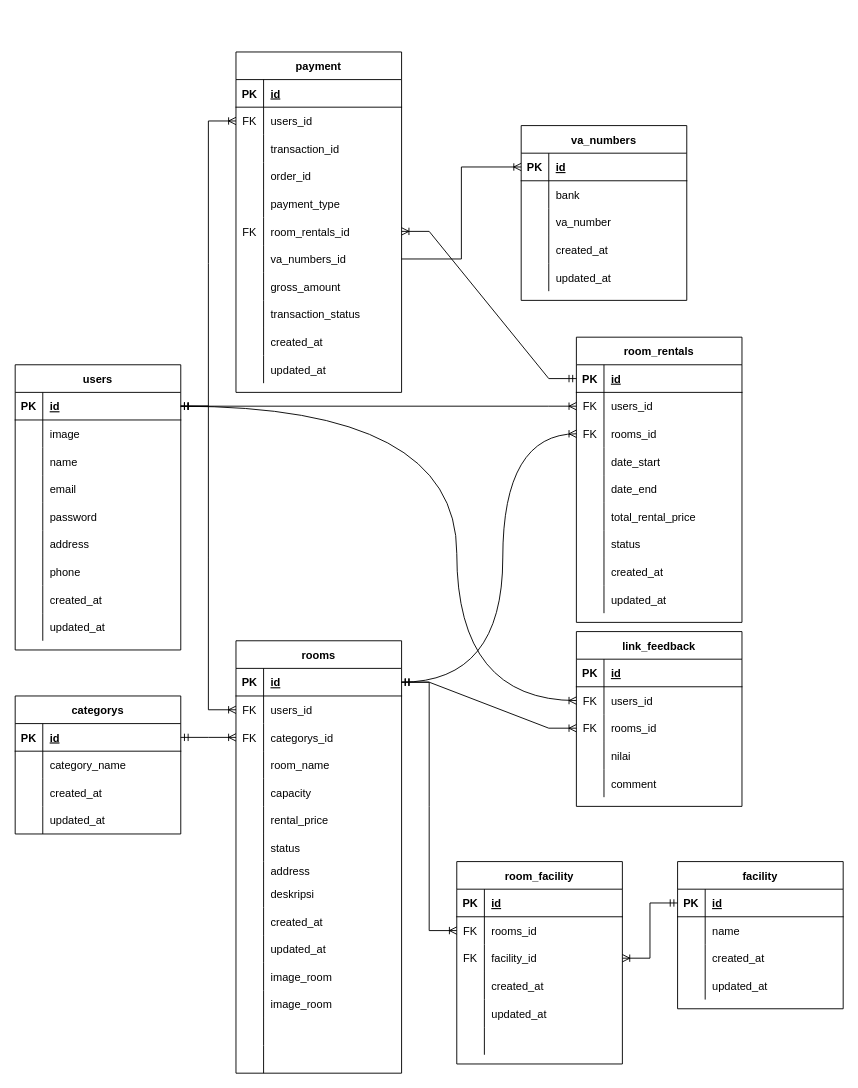
This is erd/ERD-MNroom.drawio from Capstone-MNRoom/Capstone-MNRoom-BE, a draw.io file, before an edit. Source tidied: cells renumbered, new cells numbered last; positions are measured from the earlier drawing's top-left corner, leaving out a move shared by most shapes. Both pictures are drawn from the tidied source at 92%, with x=0, y=0 at pixel (15, 52).
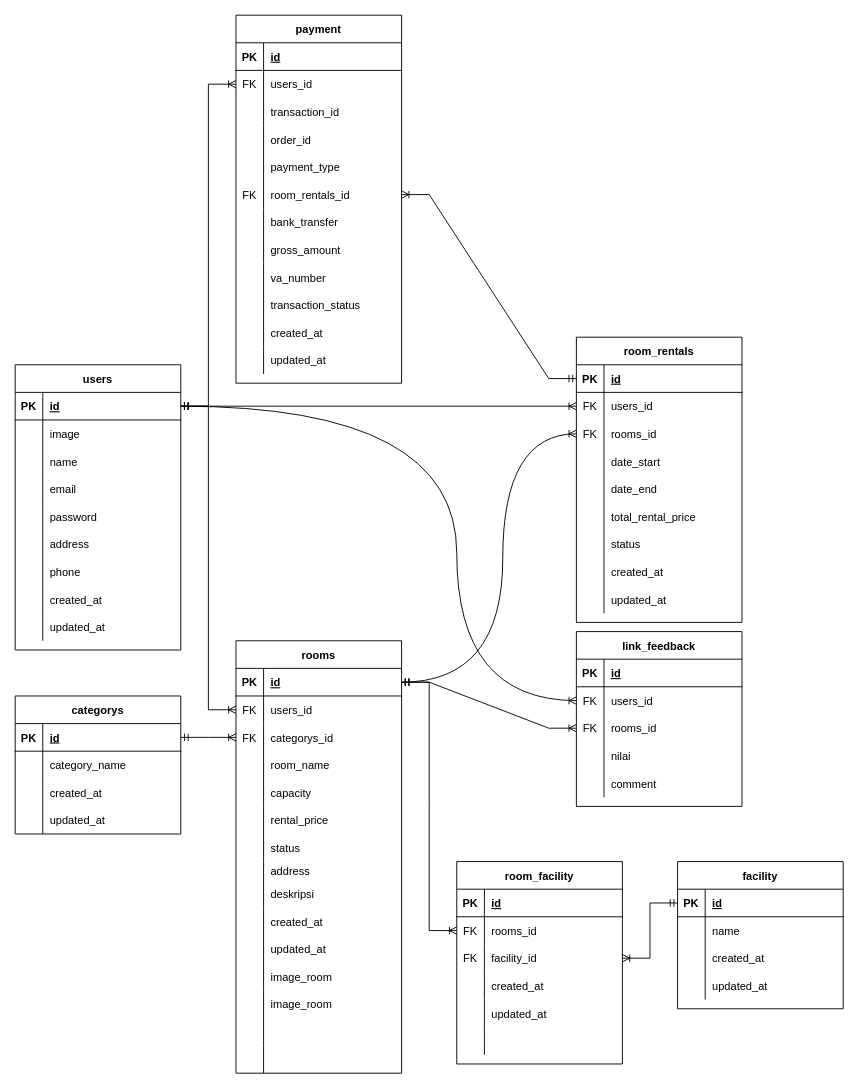
After the change.

Unchanged cells that the change refers to:
```xml
<mxCell id="136" style="shape=tableRow;horizontal=0;startSize=0;swimlaneHead=0;swimlaneBody=0;fillColor=none;points=[[0,0.5],[1,0.5]];portConstraint=eastwest;top=0;left=0;right=0;bottom=0;" parent="117" vertex="1">
  <mxGeometry y="210" width="180" height="30" as="geometry" />
</mxCell>
```

What changed in the source:
```diff
@@
     <mxCell id="117" value="payment" style="shape=table;startSize=30;childLayout=tableLayout;rowLines=0;fontStyle=1;align=center;" parent="1" vertex="1">
-      <mxGeometry x="240" width="180" height="370" as="geometry" />
+      <mxGeometry x="240" y="-40" width="180" height="400" as="geometry" />
     </mxCell>
@@
-    <mxCell id="138" value="va_numbers_id" style="shape=partialRectangle;fillColor=none;top=0;left=0;bottom=0;right=0;align=left;spacingLeft=6;overflow=hidden;" parent="136" vertex="1">
+    <mxCell id="138" value="bank_transfer" style="shape=partialRectangle;fillColor=none;top=0;left=0;bottom=0;right=0;align=left;spacingLeft=6;overflow=hidden;" parent="136" vertex="1">
       <mxGeometry x="30" width="150" height="30" as="geometry" />
     </mxCell>
@@
+    <mxCell id="226" style="shape=tableRow;horizontal=0;startSize=0;swimlaneHead=0;swimlaneBody=0;fillColor=none;top=0;left=0;right=0;bottom=0;" parent="117" vertex="1">
+      <mxGeometry y="270" width="180" height="30" as="geometry" />
+    </mxCell>
+    <mxCell id="227" style="shape=partialRectangle;fillColor=none;top=0;left=0;bottom=0;right=0;overflow=hidden;" parent="226" vertex="1">
+      <mxGeometry width="30" height="30" as="geometry" />
+    </mxCell>
+    <mxCell id="218" value="va_number" style="shape=partialRectangle;fillColor=none;top=0;left=0;bottom=0;right=0;align=left;spacingLeft=6;overflow=hidden;" parent="226" vertex="1">
+      <mxGeometry x="30" width="150" height="30" as="geometry" />
+    </mxCell>
     <mxCell id="142" style="shape=tableRow;horizontal=0;startSize=0;swimlaneHead=0;swimlaneBody=0;fillColor=none;top=0;left=0;right=0;bottom=0;" parent="117" vertex="1">
-      <mxGeometry y="270" width="180" height="30" as="geometry" />
+      <mxGeometry y="300" width="180" height="30" as="geometry" />
     </mxCell>
@@
     <mxCell id="145" style="shape=tableRow;horizontal=0;startSize=0;swimlaneHead=0;swimlaneBody=0;fillColor=none;top=0;left=0;right=0;bottom=0;" parent="117" vertex="1">
-      <mxGeometry y="300" width="180" height="30" as="geometry" />
+      <mxGeometry y="330" width="180" height="30" as="geometry" />
     </mxCell>
@@
     <mxCell id="148" style="shape=tableRow;horizontal=0;startSize=0;swimlaneHead=0;swimlaneBody=0;fillColor=none;top=0;left=0;right=0;bottom=0;" parent="117" vertex="1">
-      <mxGeometry y="330" width="180" height="30" as="geometry" />
+      <mxGeometry y="360" width="180" height="30" as="geometry" />
     </mxCell>
@@
-    <mxCell id="209" value="va_numbers" style="shape=table;startSize=30;childLayout=tableLayout;rowLines=0;fontStyle=1;align=center;" parent="1" vertex="1">
-      <mxGeometry x="550" y="80" width="180" height="190" as="geometry" />
-    </mxCell>
-    <mxCell id="210" style="shape=tableRow;horizontal=0;startSize=0;swimlaneHead=0;swimlaneBody=0;fillColor=none;points=[[0,0.5],[1,0.5]];portConstraint=eastwest;top=0;left=0;right=0;bottom=1;" parent="209" vertex="1">
-      <mxGeometry y="30" width="180" height="30" as="geometry" />
-    </mxCell>
-    <mxCell id="211" value="PK" style="shape=partialRectangle;fillColor=none;top=0;left=0;bottom=0;right=0;fontStyle=1;overflow=hidden;" parent="210" vertex="1">
-      <mxGeometry width="30" height="30" as="geometry" />
-    </mxCell>
-    <mxCell id="212" value="id" style="shape=partialRectangle;fillColor=none;top=0;left=0;bottom=0;right=0;align=left;spacingLeft=6;fontStyle=5;overflow=hidden;" parent="210" vertex="1">
-      <mxGeometry x="30" width="150" height="30" as="geometry" />
-    </mxCell>
-    <mxCell id="213" style="shape=tableRow;horizontal=0;startSize=0;swimlaneHead=0;swimlaneBody=0;fillColor=none;top=0;left=0;right=0;bottom=0;" parent="209" vertex="1">
-      <mxGeometry y="60" width="180" height="30" as="geometry" />
-    </mxCell>
-    <mxCell id="214" style="shape=partialRectangle;fillColor=none;top=0;left=0;bottom=0;right=0;overflow=hidden;" parent="213" vertex="1">
-      <mxGeometry width="30" height="30" as="geometry" />
-    </mxCell>
-    <mxCell id="215" value="bank" style="shape=partialRectangle;fillColor=none;top=0;left=0;bottom=0;right=0;align=left;spacingLeft=6;overflow=hidden;" parent="213" vertex="1">
-      <mxGeometry x="30" width="150" height="30" as="geometry" />
-    </mxCell>
-    <mxCell id="216" style="shape=tableRow;horizontal=0;startSize=0;swimlaneHead=0;swimlaneBody=0;fillColor=none;top=0;left=0;right=0;bottom=0;" parent="209" vertex="1">
-      <mxGeometry y="90" width="180" height="30" as="geometry" />
-    </mxCell>
-    <mxCell id="217" style="shape=partialRectangle;fillColor=none;top=0;left=0;bottom=0;right=0;overflow=hidden;" parent="216" vertex="1">
-      <mxGeometry width="30" height="30" as="geometry" />
-    </mxCell>
-    <mxCell id="218" value="va_number" style="shape=partialRectangle;fillColor=none;top=0;left=0;bottom=0;right=0;align=left;spacingLeft=6;overflow=hidden;" parent="216" vertex="1">
-      <mxGeometry x="30" width="150" height="30" as="geometry" />
-    </mxCell>
-    <mxCell id="219" style="shape=tableRow;horizontal=0;startSize=0;swimlaneHead=0;swimlaneBody=0;fillColor=none;top=0;left=0;right=0;bottom=0;" parent="209" vertex="1">
-      <mxGeometry y="120" width="180" height="30" as="geometry" />
-    </mxCell>
-    <mxCell id="220" style="shape=partialRectangle;fillColor=none;top=0;left=0;bottom=0;right=0;overflow=hidden;" parent="219" vertex="1">
-      <mxGeometry width="30" height="30" as="geometry" />
-    </mxCell>
-    <mxCell id="221" value="created_at" style="shape=partialRectangle;fillColor=none;top=0;left=0;bottom=0;right=0;align=left;spacingLeft=6;overflow=hidden;" parent="219" vertex="1">
-      <mxGeometry x="30" width="150" height="30" as="geometry" />
-    </mxCell>
-    <mxCell id="222" style="shape=tableRow;horizontal=0;startSize=0;swimlaneHead=0;swimlaneBody=0;fillColor=none;top=0;left=0;right=0;bottom=0;" parent="209" vertex="1">
-      <mxGeometry y="150" width="180" height="30" as="geometry" />
-    </mxCell>
-    <mxCell id="223" style="shape=partialRectangle;fillColor=none;top=0;left=0;bottom=0;right=0;overflow=hidden;" parent="222" vertex="1">
-      <mxGeometry width="30" height="30" as="geometry" />
-    </mxCell>
-    <mxCell id="224" value="updated_at" style="shape=partialRectangle;fillColor=none;top=0;left=0;bottom=0;right=0;align=left;spacingLeft=6;overflow=hidden;" parent="222" vertex="1">
-      <mxGeometry x="30" width="150" height="30" as="geometry" />
-    </mxCell>
-    <mxCell id="225" style="edgeStyle=orthogonalEdgeStyle;fontSize=12;html=1;endArrow=ERoneToMany;rounded=0;entryX=0;entryY=0.5;entryDx=0;entryDy=0;exitX=1;exitY=0.5;exitDx=0;exitDy=0;" parent="1" edge="1" source="136" target="210">
-      <mxGeometry relative="1" as="geometry" />
-    </mxCell>
```
